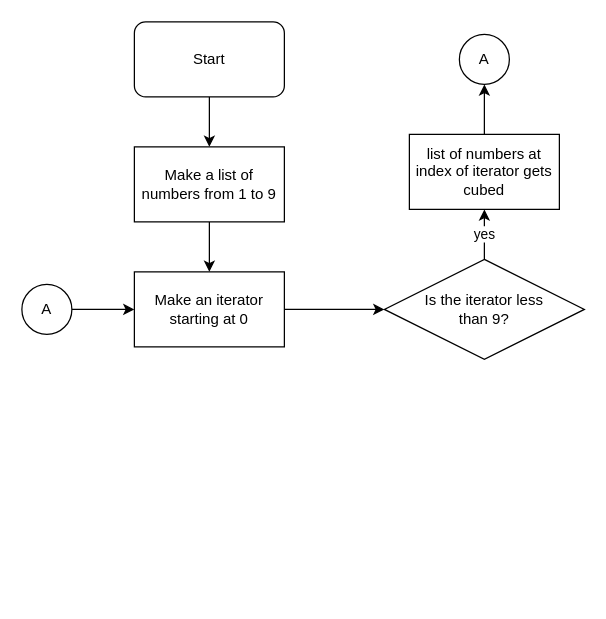
PPMAN123/ICS2D1 keeps this draw.io diagram as Lessons/Unit4/4.drawio. Above is the earlier version. Source tidied: cells renumbered, new cells numbered last; positions are measured from the earlier drawing's top-left corner, leaving out a move shared by most shapes. Both pictures are drawn from the tidied source at 125%, with x=0, y=0 at pixel (21, 21).
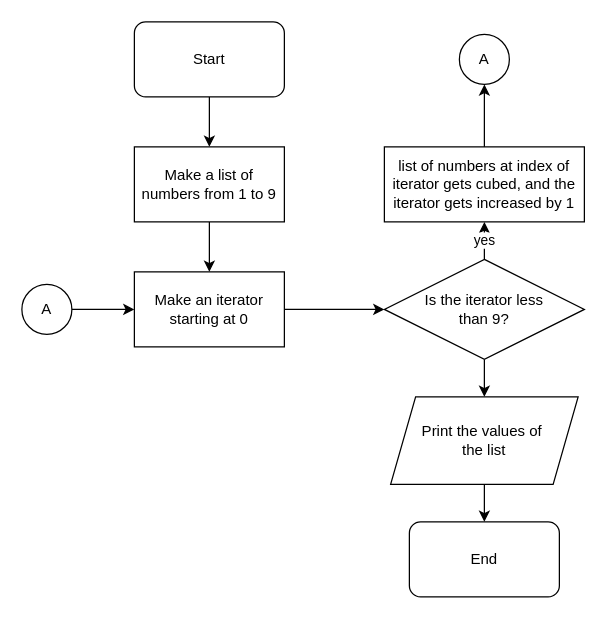
The same page after the edit.

What changed in the source:
```diff
@@
 <mxGraphModel>
   <root>
     <mxCell id="0" />
     <mxCell id="1" parent="0" />
     <mxCell id="2" style="edgeStyle=orthogonalEdgeStyle;rounded=0;jettySize=auto;html=1;" parent="1" edge="1" source="3" target="5">
       <mxGeometry relative="1" as="geometry" />
     </mxCell>
     <mxCell id="3" value="Start" style="rounded=1;whiteSpace=wrap;html=1;" parent="1" vertex="1">
       <mxGeometry x="90" width="120" height="60" as="geometry" />
     </mxCell>
     <mxCell id="4" style="edgeStyle=orthogonalEdgeStyle;rounded=0;jettySize=auto;html=1;exitX=0.5;exitY=1;exitDx=0;exitDy=0;entryX=0.5;entryY=0;entryDx=0;entryDy=0;" parent="1" edge="1" source="5" target="7">
       <mxGeometry relative="1" as="geometry" />
     </mxCell>
     <mxCell id="5" value="Make a list of numbers from 1 to 9" style="rounded=0;whiteSpace=wrap;html=1;" parent="1" vertex="1">
       <mxGeometry x="90" y="100" width="120" height="60" as="geometry" />
     </mxCell>
     <mxCell id="6" style="edgeStyle=orthogonalEdgeStyle;rounded=0;jettySize=auto;html=1;" parent="1" edge="1" source="7" target="9">
       <mxGeometry relative="1" as="geometry" />
     </mxCell>
     <mxCell id="7" value="Make an iterator starting at 0" style="rounded=0;whiteSpace=wrap;html=1;" parent="1" vertex="1">
       <mxGeometry x="90" y="200" width="120" height="60" as="geometry" />
     </mxCell>
     <mxCell id="8" value="yes" style="edgeStyle=orthogonalEdgeStyle;rounded=0;jettySize=auto;html=1;" parent="1" edge="1" source="9" target="11">
       <mxGeometry relative="1" as="geometry" />
     </mxCell>
+    <mxCell id="15" style="edgeStyle=orthogonalEdgeStyle;rounded=0;jettySize=auto;html=1;" parent="1" edge="1" source="9" target="17">
+      <mxGeometry relative="1" as="geometry" />
+    </mxCell>
     <mxCell id="9" value="Is the iterator less &lt;br&gt;than 9?" style="rhombus;whiteSpace=wrap;html=1;" parent="1" vertex="1">
       <mxGeometry x="290" y="190" width="160" height="80" as="geometry" />
     </mxCell>
     <mxCell id="10" style="edgeStyle=orthogonalEdgeStyle;rounded=0;jettySize=auto;html=1;" parent="1" edge="1" source="11" target="12">
       <mxGeometry relative="1" as="geometry" />
     </mxCell>
-    <mxCell id="11" value="list of numbers at index of iterator gets cubed" style="whiteSpace=wrap;html=1;" parent="1" vertex="1">
-      <mxGeometry x="310" y="90" width="120" height="60" as="geometry" />
+    <mxCell id="11" value="list of numbers at index of iterator gets cubed, and the iterator gets increased by 1" style="whiteSpace=wrap;html=1;" parent="1" vertex="1">
+      <mxGeometry x="290" y="100" width="160" height="60" as="geometry" />
     </mxCell>
     <mxCell id="12" value="A" style="ellipse;whiteSpace=wrap;html=1;" parent="1" vertex="1">
       <mxGeometry x="350" y="10" width="40" height="40" as="geometry" />
     </mxCell>
     <mxCell id="13" style="edgeStyle=orthogonalEdgeStyle;rounded=0;jettySize=auto;html=1;" parent="1" edge="1" source="14" target="7">
       <mxGeometry relative="1" as="geometry" />
     </mxCell>
     <mxCell id="14" value="A" style="ellipse;whiteSpace=wrap;html=1;" parent="1" vertex="1">
       <mxGeometry y="210" width="40" height="40" as="geometry" />
     </mxCell>
+    <mxCell id="16" style="edgeStyle=orthogonalEdgeStyle;rounded=0;jettySize=auto;html=1;" parent="1" edge="1" source="17" target="18">
+      <mxGeometry relative="1" as="geometry" />
+    </mxCell>
+    <mxCell id="17" value="Print the values of&amp;nbsp;&lt;br&gt;the list" style="shape=parallelogram;perimeter=parallelogramPerimeter;whiteSpace=wrap;html=1;fixedSize=1;" parent="1" vertex="1">
+      <mxGeometry x="295" y="300" width="150" height="70" as="geometry" />
+    </mxCell>
+    <mxCell id="18" value="End" style="rounded=1;whiteSpace=wrap;html=1;" parent="1" vertex="1">
+      <mxGeometry x="310" y="400" width="120" height="60" as="geometry" />
+    </mxCell>
   </root>
 </mxGraphModel>
```
